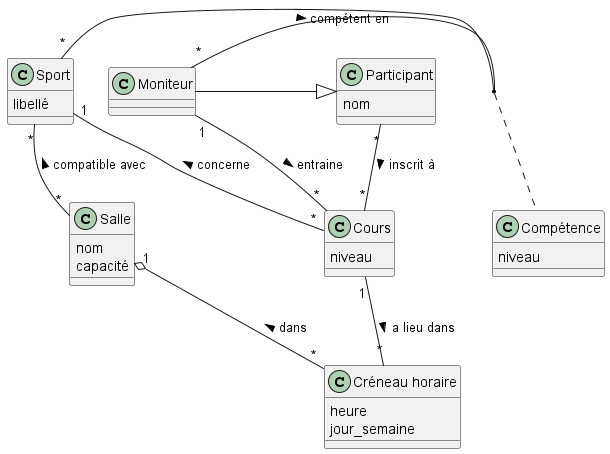
Above: uml/classe.png in pdl-classroom/uml-classe-cours-de-sport-corrige (PlantUML), before the change. The source it was exported from:
```plantuml
@startuml


together {
class Salle {
  nom
  capacité
}

class Moniteur {
}

class Sport {
  libellé
}

}




class Compétence {
  niveau
}

together {
  class Cours {
  niveau
}
  class Participant {
  nom
}
  class "Créneau horaire" as Creneau {
  heure
  jour_semaine
}
}

Moniteur --|> Participant

Cours "*" -- "1" Sport : concerne >
Salle "*" -up- "*" Sport : compatible avec >
Salle "1" o-up- "*" Creneau : dans <
Cours "1" -- "*" Creneau : a lieu dans >
Participant "*" -- "*" Cours : inscrit à >
Moniteur "1" -- "*" Cours : entraine >
Moniteur "*" - "*" Sport : compétent en >
(Moniteur, Sport) .. Compétence




@enduml
```
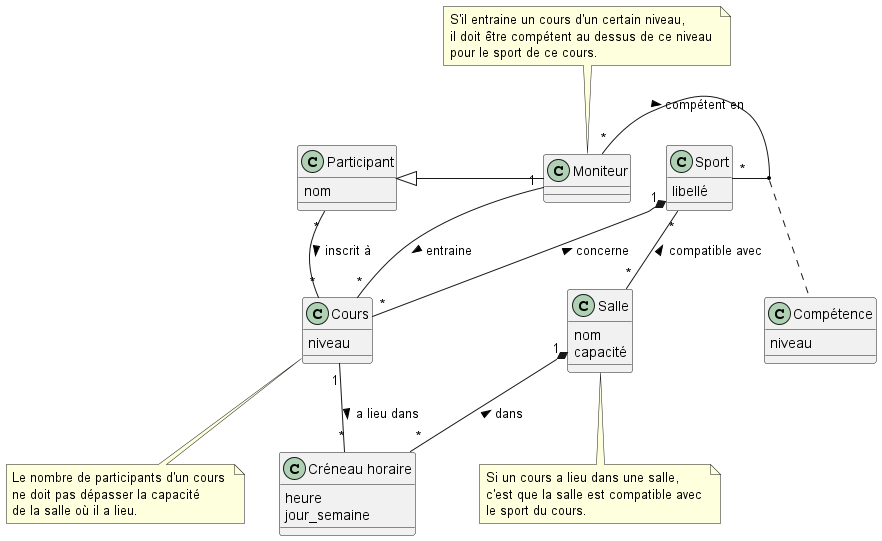
The same diagram one commit later.

Commit message:
Ajouter les notes

The edit, as a diff of the source:
```diff
@@ -38,16 +38,18 @@
 
 Moniteur --|> Participant
 
-Cours "*" -- "1" Sport : concerne >
+Cours "*" --* "1" Sport : concerne >
 Salle "*" -up- "*" Sport : compatible avec >
-Salle "1" o-up- "*" Creneau : dans <
+Salle "1" *-up- "*" Creneau : dans <
 Cours "1" -- "*" Creneau : a lieu dans >
 Participant "*" -- "*" Cours : inscrit à >
 Moniteur "1" -- "*" Cours : entraine >
 Moniteur "*" - "*" Sport : compétent en >
 (Moniteur, Sport) .. Compétence
 
-
+note top of Moniteur : S'il entraine un cours d'un certain niveau, \nil doit être compétent au dessus de ce niveau \npour le sport de ce cours.
+note bottom of Salle : Si un cours a lieu dans une salle, \nc'est que la salle est compatible avec \nle sport du cours.
+note bottom of Cours : Le nombre de participants d'un cours \nne doit pas dépasser la capacité \nde la salle où il a lieu.
 
 
 @enduml
```
